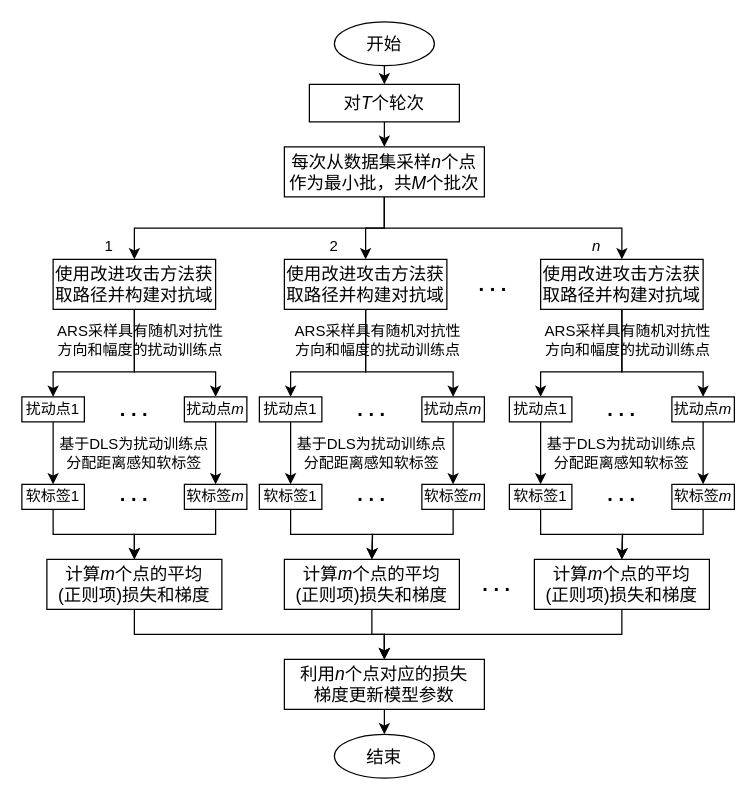
Before: RAT.drawio in Zhou-AY/hello-world, a draw.io diagram. Source tidied: cells renumbered, new cells numbered last; positions are measured from the earlier drawing's top-left corner, leaving out a move shared by most shapes. Both pictures are drawn from the tidied source at 125%, with x=0, y=0 at pixel (21, 21).
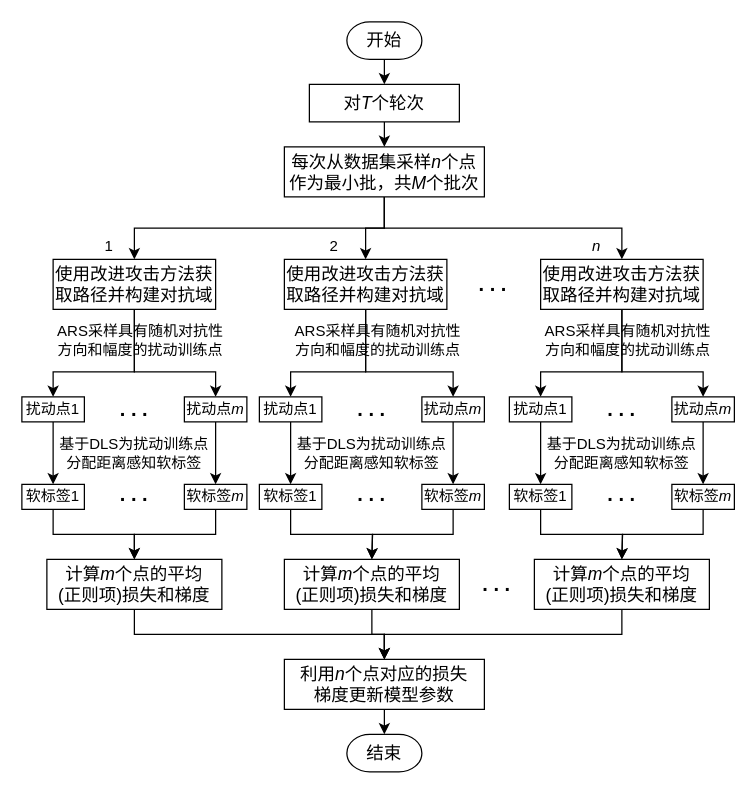
After the change.

Diff of the diagram source:
```diff
@@
-    <mxCell id="67" value="&lt;font style=&quot;font-size: 14px;&quot;&gt;开始&lt;/font&gt;" style="strokeWidth=1;html=1;shape=mxgraph.flowchart.start_1;whiteSpace=wrap;" parent="1" vertex="1">
-      <mxGeometry x="250" width="80" height="35" as="geometry" />
+    <mxCell id="67" value="&lt;font style=&quot;font-size: 14px;&quot;&gt;开始&lt;/font&gt;" style="strokeWidth=1;html=1;shape=mxgraph.flowchart.terminator;whiteSpace=wrap;" parent="1" vertex="1">
+      <mxGeometry x="260" width="60" height="30" as="geometry" />
     </mxCell>
-    <mxCell id="68" value="&lt;span style=&quot;font-size: 14px;&quot;&gt;结束&lt;br&gt;&lt;/span&gt;" style="strokeWidth=1;html=1;shape=mxgraph.flowchart.start_1;whiteSpace=wrap;" parent="1" vertex="1">
-      <mxGeometry x="250" y="570" width="80" height="35" as="geometry" />
+    <mxCell id="68" value="&lt;font style=&quot;font-size: 14px;&quot;&gt;结束&lt;/font&gt;" style="strokeWidth=1;html=1;shape=mxgraph.flowchart.terminator;whiteSpace=wrap;" parent="1" vertex="1">
+      <mxGeometry x="260" y="570" width="60" height="30" as="geometry" />
     </mxCell>
```
